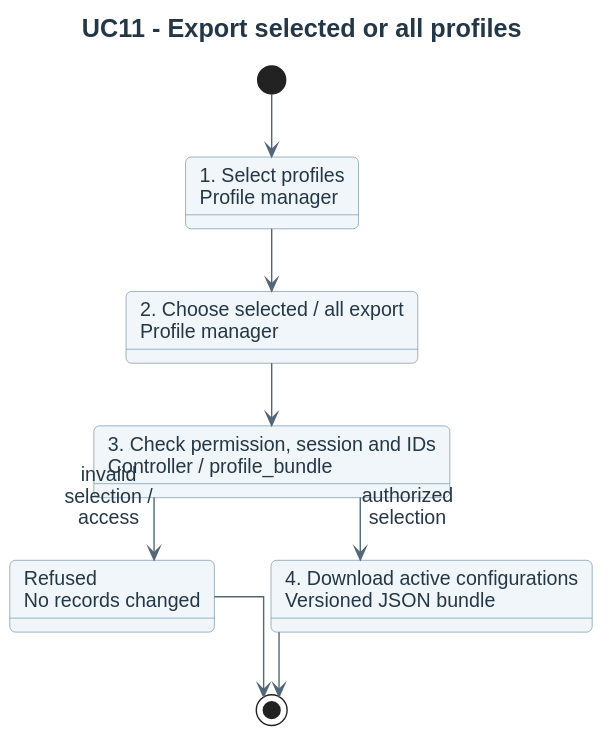
didactika/moodle-local_coursefiles keeps this PlantUML diagram as docs/diagrams/requirements/use-case-details/uc11-export-profiles.svg. Above is the earlier version.
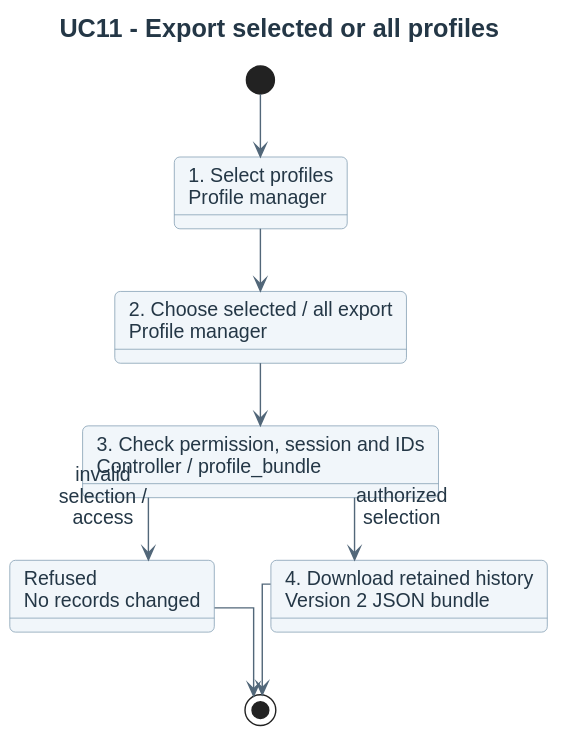
After the commit.

The edit, as a diff of the source:
```diff
@@ -5,7 +5,7 @@
 state "1. Select profiles\nProfile manager" as Select
 state "2. Choose selected / all export\nProfile manager" as Export
 state "3. Check permission, session and IDs\nController / profile_bundle" as Check
-state "4. Download active configurations\nVersioned JSON bundle" as Download
+state "4. Download retained history\nVersion 2 JSON bundle" as Download
 state "Refused\nNo records changed" as Refused
 [*] --> Select
 Select --> Export
```
